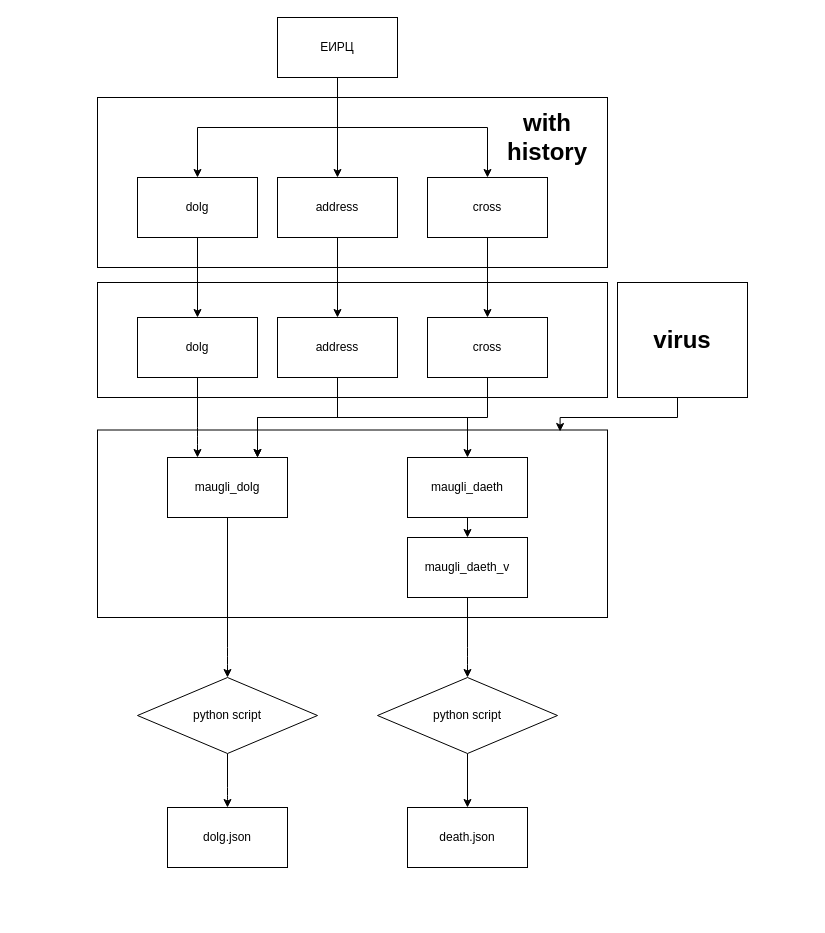
This is Untitled Diagram.drawio from Diordits/mlcourse.ai, a draw.io file, before an edit. Source tidied: cells renumbered, new cells numbered last; positions are measured from the earlier drawing's top-left corner, leaving out a move shared by most shapes. Both pictures are drawn from the tidied source at 100%, with x=0, y=0 at pixel (97, 17).
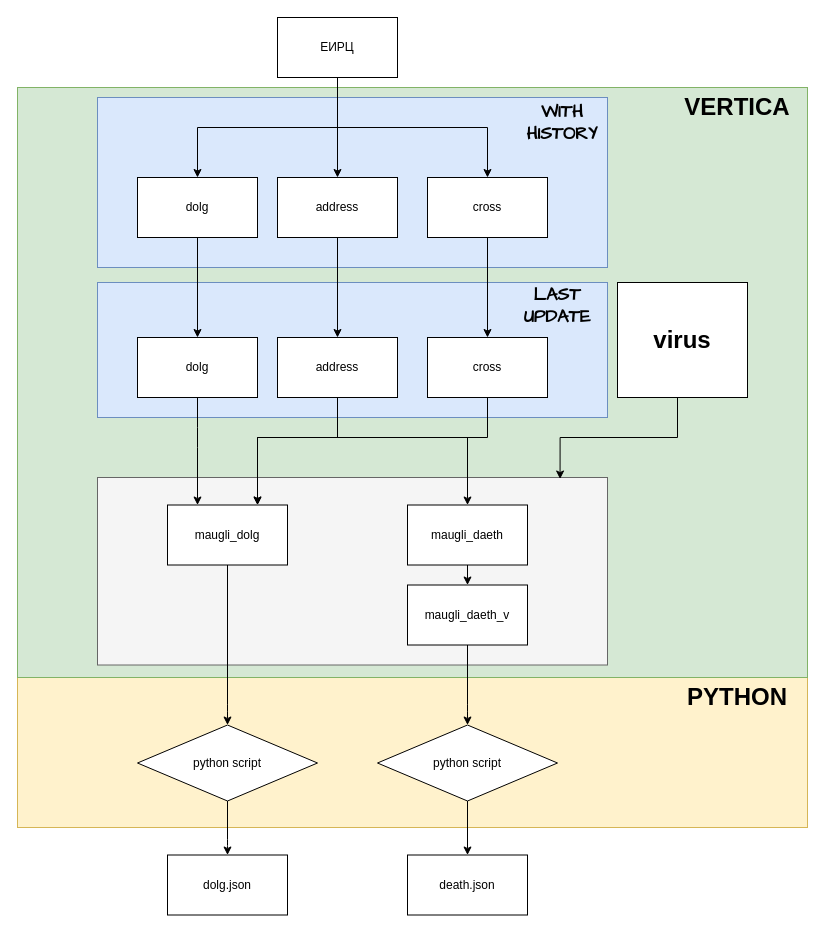
Above is the later version.

The change refers to these unchanged cells:
```xml
<mxCell id="29" value="&lt;h1&gt;virus&lt;/h1&gt;" style="whiteSpace=wrap;html=1;" parent="1" vertex="1">
  <mxGeometry x="520" y="265" width="130" height="115" as="geometry" />
</mxCell>
```

Change to the diagram source:
```diff
@@
+    <mxCell id="38" style="rounded=0;whiteSpace=wrap;html=1;shadow=0;fillColor=#fff2cc;strokeColor=#d6b656;" parent="1" vertex="1">
+      <mxGeometry x="-80" y="660" width="790" height="150" as="geometry" />
+    </mxCell>
+    <mxCell id="39" style="rounded=0;whiteSpace=wrap;html=1;fillColor=#d5e8d4;strokeColor=#82b366;" parent="1" vertex="1">
+      <mxGeometry x="-80" y="70" width="790" height="590" as="geometry" />
+    </mxCell>
-    <mxCell id="2" value="&lt;h1 style=&quot;font-size: 14px&quot;&gt;&lt;br&gt;&lt;/h1&gt;" style="whiteSpace=wrap;html=1;align=right;" parent="1" vertex="1">
-      <mxGeometry y="412.5" width="510" height="187.5" as="geometry" />
+    <mxCell id="2" value="&lt;h1 style=&quot;font-size: 14px&quot;&gt;&lt;br&gt;&lt;/h1&gt;" style="whiteSpace=wrap;html=1;align=right;fillColor=#f5f5f5;strokeColor=#666666;fontColor=#333333;" parent="1" vertex="1">
+      <mxGeometry y="460" width="510" height="187.5" as="geometry" />
     </mxCell>
-    <mxCell id="3" value="&lt;h1 style=&quot;font-size: 14px&quot;&gt;&lt;br&gt;&lt;/h1&gt;" style="whiteSpace=wrap;html=1;align=right;" parent="1" vertex="1">
-      <mxGeometry y="265" width="510" height="115" as="geometry" />
+    <mxCell id="3" value="&lt;h1 style=&quot;font-size: 14px&quot;&gt;&lt;br&gt;&lt;/h1&gt;" style="whiteSpace=wrap;html=1;align=right;fillColor=#dae8fc;strokeColor=#6c8ebf;" parent="1" vertex="1">
+      <mxGeometry y="265" width="510" height="135" as="geometry" />
     </mxCell>
-    <mxCell id="4" value="&lt;h1 style=&quot;font-size: 14px&quot;&gt;&lt;br&gt;&lt;/h1&gt;" style="whiteSpace=wrap;html=1;align=right;" parent="1" vertex="1">
+    <mxCell id="4" value="&lt;h1 style=&quot;font-size: 14px&quot;&gt;&lt;br&gt;&lt;/h1&gt;" style="whiteSpace=wrap;html=1;align=right;fillColor=#dae8fc;strokeColor=#6c8ebf;" parent="1" vertex="1">
       <mxGeometry y="80" width="510" height="170" as="geometry" />
     </mxCell>
@@
     <mxCell id="16" value="dolg" style="whiteSpace=wrap;html=1;" parent="1" vertex="1">
-      <mxGeometry x="40" y="300" width="120" height="60" as="geometry" />
+      <mxGeometry x="40" y="320" width="120" height="60" as="geometry" />
     </mxCell>
     <mxCell id="17" style="edgeStyle=orthogonalEdgeStyle;jettySize=auto;html=1;entryX=0.75;entryY=0;entryDx=0;entryDy=0;rounded=0;" parent="1" edge="1" source="18" target="23">
       <mxGeometry relative="1" as="geometry">
         <Array as="points">
-          <mxPoint x="240" y="400" />
-          <mxPoint x="160" y="400" />
+          <mxPoint x="240" y="420" />
+          <mxPoint x="160" y="420" />
         </Array>
       </mxGeometry>
     </mxCell>
     <mxCell id="18" value="address" style="whiteSpace=wrap;html=1;" parent="1" vertex="1">
-      <mxGeometry x="180" y="300" width="120" height="60" as="geometry" />
+      <mxGeometry x="180" y="320" width="120" height="60" as="geometry" />
     </mxCell>
@@
     <mxCell id="20" value="cross" style="whiteSpace=wrap;html=1;" parent="1" vertex="1">
-      <mxGeometry x="330" y="300" width="120" height="60" as="geometry" />
+      <mxGeometry x="330" y="320" width="120" height="60" as="geometry" />
     </mxCell>
-    <mxCell id="21" value="&lt;h1&gt;with history&lt;/h1&gt;" style="text;html=1;strokeColor=none;fillColor=none;align=center;verticalAlign=middle;whiteSpace=wrap;" parent="1" vertex="1">
-      <mxGeometry x="390" y="90" width="120" height="60" as="geometry" />
+    <mxCell id="21" value="&lt;h2&gt;&lt;font face=&quot;Comic Sans MS&quot;&gt;WITH HISTORY&lt;/font&gt;&lt;/h2&gt;" style="text;html=1;strokeColor=none;fillColor=none;align=center;verticalAlign=middle;whiteSpace=wrap;" parent="1" vertex="1">
+      <mxGeometry x="420" y="80" width="90" height="50" as="geometry" />
     </mxCell>
     <mxCell id="22" style="edgeStyle=orthogonalEdgeStyle;jettySize=auto;html=1;entryX=0.5;entryY=0;entryDx=0;entryDy=0;" parent="1" edge="1" source="23" target="35">
       <mxGeometry relative="1" as="geometry">
         <Array as="points">
-          <mxPoint x="130" y="640" />
-          <mxPoint x="130" y="640" />
+          <mxPoint x="130" y="687.5" />
+          <mxPoint x="130" y="687.5" />
         </Array>
       </mxGeometry>
     </mxCell>
     <mxCell id="23" value="maugli_dolg" style="whiteSpace=wrap;html=1;" parent="1" vertex="1">
-      <mxGeometry x="70" y="440" width="120" height="60" as="geometry" />
+      <mxGeometry x="70" y="487.5" width="120" height="60" as="geometry" />
     </mxCell>
@@
     <mxCell id="25" value="maugli_daeth" style="whiteSpace=wrap;html=1;" parent="1" vertex="1">
-      <mxGeometry x="310" y="440" width="120" height="60" as="geometry" />
+      <mxGeometry x="310" y="487.5" width="120" height="60" as="geometry" />
     </mxCell>
     <mxCell id="26" style="edgeStyle=orthogonalEdgeStyle;jettySize=auto;html=1;exitX=0.5;exitY=1;exitDx=0;exitDy=0;entryX=0.5;entryY=0;entryDx=0;entryDy=0;" parent="1" edge="1" source="27" target="34">
       <mxGeometry relative="1" as="geometry">
         <Array as="points">
-          <mxPoint x="370" y="640" />
-          <mxPoint x="370" y="640" />
+          <mxPoint x="370" y="687.5" />
+          <mxPoint x="370" y="687.5" />
         </Array>
       </mxGeometry>
     </mxCell>
     <mxCell id="27" value="maugli_daeth_v" style="whiteSpace=wrap;html=1;" parent="1" vertex="1">
-      <mxGeometry x="310" y="520" width="120" height="60" as="geometry" />
+      <mxGeometry x="310" y="567.5" width="120" height="60" as="geometry" />
     </mxCell>
     <mxCell id="28" style="edgeStyle=orthogonalEdgeStyle;jettySize=auto;html=1;entryX=0.907;entryY=0.008;entryDx=0;entryDy=0;entryPerimeter=0;rounded=0;" parent="1" edge="1" source="29" target="2">
       <mxGeometry relative="1" as="geometry">
         <Array as="points">
-          <mxPoint x="580" y="400" />
-          <mxPoint x="463" y="400" />
+          <mxPoint x="580" y="420" />
+          <mxPoint x="463" y="420" />
         </Array>
       </mxGeometry>
     </mxCell>
@@
     <mxCell id="30" style="edgeStyle=orthogonalEdgeStyle;jettySize=auto;html=1;exitX=0.5;exitY=1;exitDx=0;exitDy=0;entryX=0.5;entryY=0;entryDx=0;entryDy=0;" parent="1" edge="1" source="35" target="31">
       <mxGeometry relative="1" as="geometry">
         <Array as="points">
-          <mxPoint x="130" y="780" />
-          <mxPoint x="130" y="780" />
+          <mxPoint x="130" y="827.5" />
+          <mxPoint x="130" y="827.5" />
         </Array>
       </mxGeometry>
     </mxCell>
     <mxCell id="31" value="dolg.json" style="whiteSpace=wrap;html=1;" parent="1" vertex="1">
-      <mxGeometry x="70" y="790" width="120" height="60" as="geometry" />
+      <mxGeometry x="70" y="837.5" width="120" height="60" as="geometry" />
     </mxCell>
     <mxCell id="32" value="death.json" style="whiteSpace=wrap;html=1;" parent="1" vertex="1">
-      <mxGeometry x="310" y="790" width="120" height="60" as="geometry" />
+      <mxGeometry x="310" y="837.5" width="120" height="60" as="geometry" />
     </mxCell>
@@
     <mxCell id="34" value="python script" style="rhombus;whiteSpace=wrap;html=1;" parent="1" vertex="1">
-      <mxGeometry x="280" y="660" width="180" height="76" as="geometry" />
+      <mxGeometry x="280" y="707.5" width="180" height="76" as="geometry" />
     </mxCell>
     <mxCell id="35" value="python script" style="rhombus;whiteSpace=wrap;html=1;" parent="1" vertex="1">
-      <mxGeometry x="40" y="660" width="180" height="76" as="geometry" />
+      <mxGeometry x="40" y="707.5" width="180" height="76" as="geometry" />
     </mxCell>
     <mxCell id="36" style="edgeStyle=orthogonalEdgeStyle;jettySize=auto;html=1;rounded=0;" parent="1" edge="1" source="18" target="25">
       <mxGeometry x="390" y="480" as="geometry">
         <Array as="points">
-          <mxPoint x="240" y="400" />
-          <mxPoint x="370" y="400" />
+          <mxPoint x="240" y="420" />
+          <mxPoint x="370" y="420" />
         </Array>
       </mxGeometry>
     </mxCell>
     <mxCell id="37" style="edgeStyle=orthogonalEdgeStyle;jettySize=auto;html=1;entryX=0.75;entryY=0;entryDx=0;entryDy=0;rounded=0;" parent="1" edge="1" source="20" target="23">
       <mxGeometry x="390" y="480" as="geometry">
         <Array as="points">
-          <mxPoint x="390" y="400" />
-          <mxPoint x="160" y="400" />
+          <mxPoint x="390" y="420" />
+          <mxPoint x="160" y="420" />
         </Array>
       </mxGeometry>
     </mxCell>
+    <mxCell id="40" value="&lt;h1&gt;VERTICA&lt;/h1&gt;" style="text;html=1;strokeColor=none;fillColor=none;align=center;verticalAlign=middle;whiteSpace=wrap;rounded=0;" parent="1" vertex="1">
+      <mxGeometry x="580" y="80" width="120" height="20" as="geometry" />
+    </mxCell>
+    <mxCell id="41" value="&lt;h2&gt;&lt;font face=&quot;Comic Sans MS&quot;&gt;LAST UPDATE&lt;/font&gt;&lt;/h2&gt;" style="text;html=1;strokeColor=none;fillColor=none;align=center;verticalAlign=middle;whiteSpace=wrap;shadow=0;" parent="1" vertex="1">
+      <mxGeometry x="410" y="265" width="100" height="45" as="geometry" />
+    </mxCell>
+    <mxCell id="42" value="&lt;h1&gt;PYTHON&lt;/h1&gt;" style="text;html=1;strokeColor=none;fillColor=none;align=center;verticalAlign=middle;whiteSpace=wrap;rounded=0;" parent="1" vertex="1">
+      <mxGeometry x="580" y="670" width="120" height="20" as="geometry" />
+    </mxCell>
```
